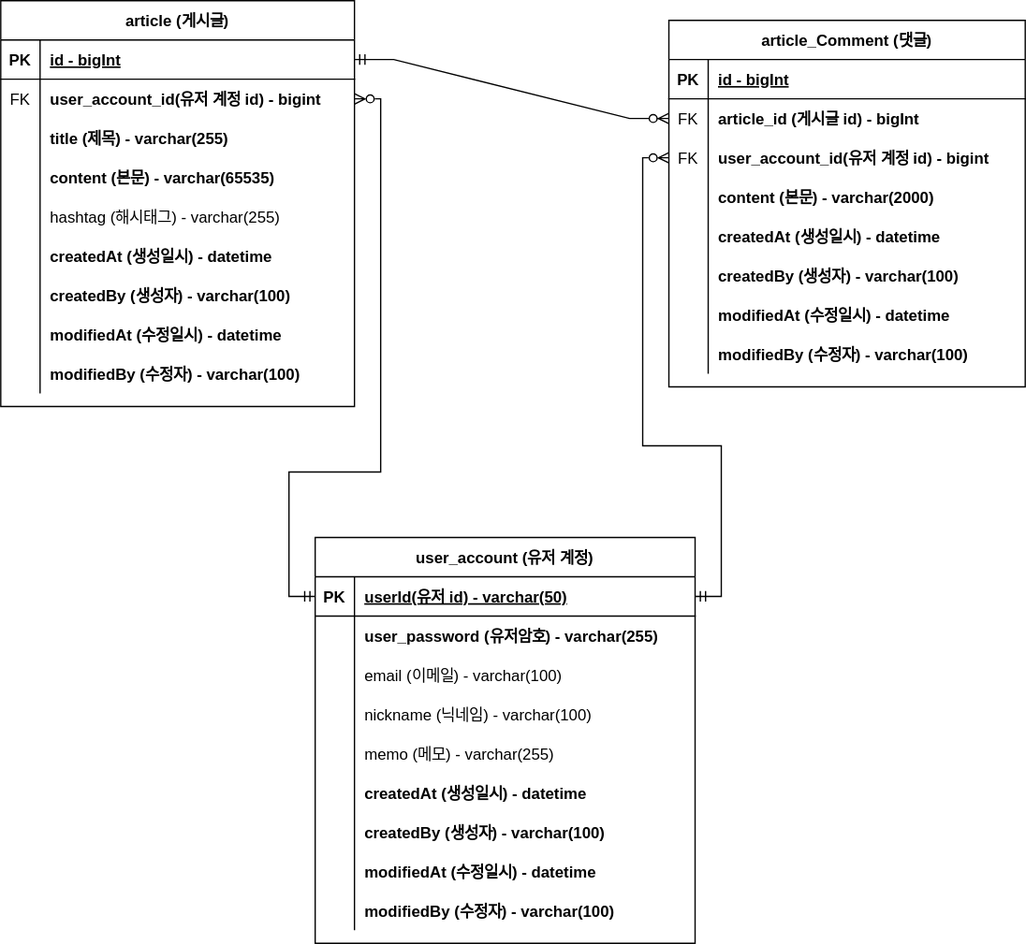
Earlier version of the draw.io export document/project-board-erd.svg (dino-park/study-project-board). Source tidied: cells renumbered, new cells last; positions are measured from the earlier drawing's top-left corner, leaving out a move shared by most shapes.
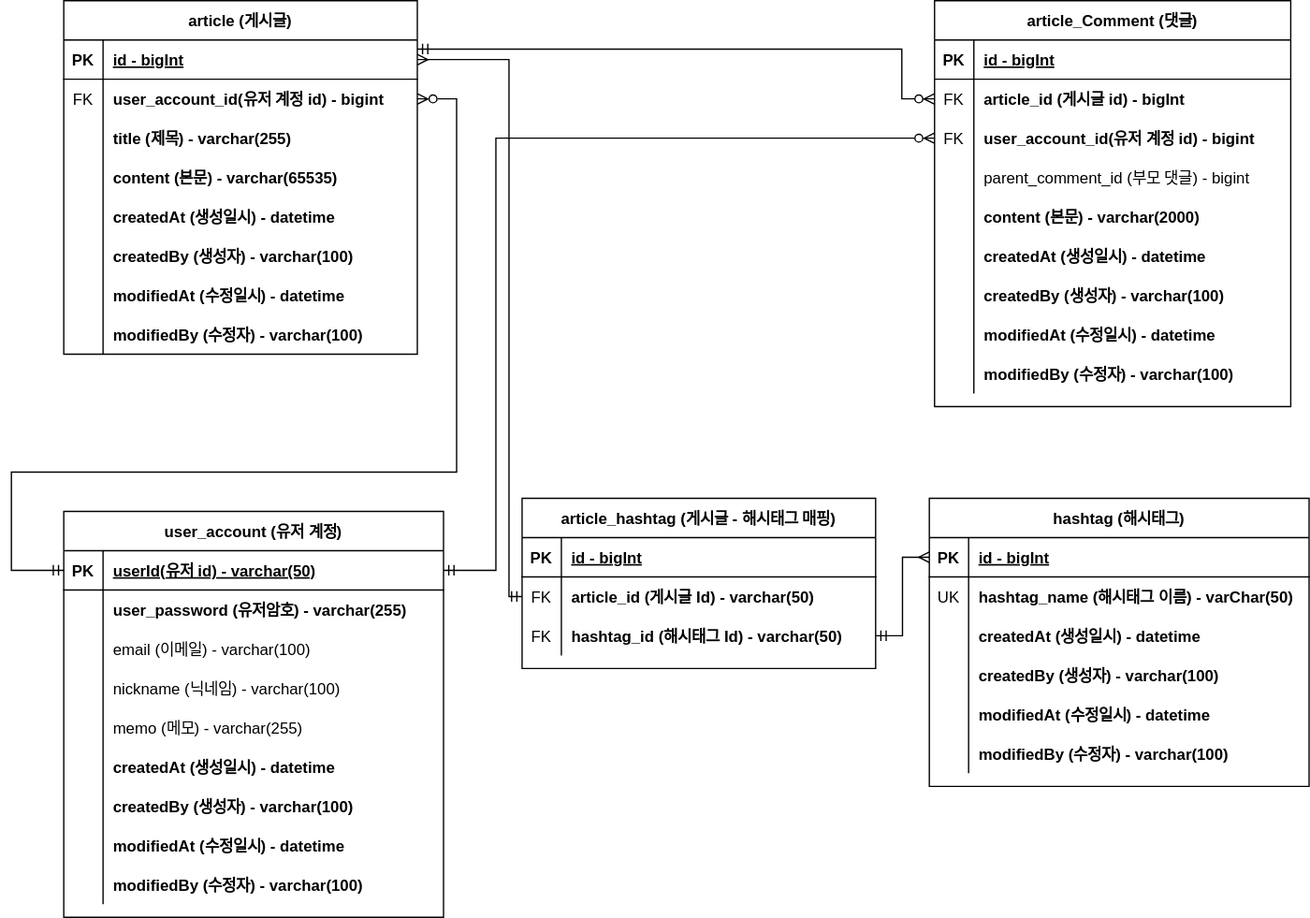
The same file after the commit.

Commit message:
#37 - project-board-erd.svg 업데이트: 대댓글, 해시태그

What changed in the source:
```diff
@@ -3,7 +3,7 @@
     <mxCell id="0" />
     <mxCell id="1" parent="0" />
     <mxCell id="2" value="article (게시글)" style="shape=table;startSize=30;rowLines=0;fontStyle=1;align=center;" parent="1" vertex="1">
-      <mxGeometry width="270" height="310" as="geometry" />
+      <mxGeometry x="30" width="270" height="270" as="geometry" />
     </mxCell>
     <mxCell id="3" style="shape=partialRectangle;fillColor=none;points=[[0,0.5],[1,0.5]];portConstraint=eastwest;top=0;left=0;right=0;bottom=1;" parent="2" vertex="1">
       <mxGeometry y="30" width="270" height="30" as="geometry" />
@@ -41,17 +41,8 @@
     <mxCell id="14" value="content (본문) - varchar(65535)" style="shape=partialRectangle;overflow=hidden;fillColor=none;top=0;left=0;bottom=0;right=0;align=left;spacingLeft=6;fontStyle=1;" parent="12" vertex="1">
       <mxGeometry x="30" width="240" height="30" as="geometry" />
     </mxCell>
-    <mxCell id="15" style="shape=partialRectangle;fillColor=none;top=0;left=0;right=0;bottom=0;" parent="2" vertex="1">
-      <mxGeometry y="150" width="270" height="30" as="geometry" />
-    </mxCell>
-    <mxCell id="16" style="shape=partialRectangle;overflow=hidden;fillColor=none;top=0;left=0;bottom=0;right=0;" parent="15" vertex="1">
-      <mxGeometry width="30" height="30" as="geometry" />
-    </mxCell>
-    <mxCell id="17" value="hashtag (해시태그) - varchar(255)" style="shape=partialRectangle;overflow=hidden;fillColor=none;top=0;left=0;bottom=0;right=0;align=left;spacingLeft=6;" parent="15" vertex="1">
-      <mxGeometry x="30" width="240" height="30" as="geometry" />
-    </mxCell>
     <mxCell id="18" style="shape=partialRectangle;fillColor=none;top=0;left=0;right=0;bottom=0;" parent="2" vertex="1">
-      <mxGeometry y="180" width="270" height="30" as="geometry" />
+      <mxGeometry y="150" width="270" height="30" as="geometry" />
     </mxCell>
     <mxCell id="19" style="shape=partialRectangle;overflow=hidden;fillColor=none;top=0;left=0;bottom=0;right=0;" parent="18" vertex="1">
       <mxGeometry width="30" height="30" as="geometry" />
@@ -60,7 +51,7 @@
       <mxGeometry x="30" width="240" height="30" as="geometry" />
     </mxCell>
     <mxCell id="21" style="shape=partialRectangle;fillColor=none;top=0;left=0;right=0;bottom=0;" parent="2" vertex="1">
-      <mxGeometry y="210" width="270" height="30" as="geometry" />
+      <mxGeometry y="180" width="270" height="30" as="geometry" />
     </mxCell>
     <mxCell id="22" value="                    " style="shape=partialRectangle;overflow=hidden;fillColor=none;top=0;left=0;bottom=0;right=0;" parent="21" vertex="1">
       <mxGeometry width="30" height="30" as="geometry" />
@@ -69,7 +60,7 @@
       <mxGeometry x="30" width="240" height="30" as="geometry" />
     </mxCell>
     <mxCell id="24" style="shape=partialRectangle;fillColor=none;top=0;left=0;right=0;bottom=0;" parent="2" vertex="1">
-      <mxGeometry y="240" width="270" height="30" as="geometry" />
+      <mxGeometry y="210" width="270" height="30" as="geometry" />
     </mxCell>
     <mxCell id="25" value="                    " style="shape=partialRectangle;overflow=hidden;fillColor=none;top=0;left=0;bottom=0;right=0;" parent="24" vertex="1">
       <mxGeometry width="30" height="30" as="geometry" />
@@ -78,7 +69,7 @@
       <mxGeometry x="30" width="240" height="30" as="geometry" />
     </mxCell>
     <mxCell id="27" style="shape=partialRectangle;fillColor=none;top=0;left=0;right=0;bottom=0;" parent="2" vertex="1">
-      <mxGeometry y="270" width="270" height="30" as="geometry" />
+      <mxGeometry y="240" width="270" height="30" as="geometry" />
     </mxCell>
     <mxCell id="28" value="                    " style="shape=partialRectangle;overflow=hidden;fillColor=none;top=0;left=0;bottom=0;right=0;" parent="27" vertex="1">
       <mxGeometry width="30" height="30" as="geometry" />
@@ -87,7 +78,7 @@
       <mxGeometry x="30" width="240" height="30" as="geometry" />
     </mxCell>
     <mxCell id="30" value="article_Comment (댓글)" style="shape=table;startSize=30;rowLines=0;fontStyle=1;align=center;" parent="1" vertex="1">
-      <mxGeometry x="510" y="15" width="272" height="280" as="geometry" />
+      <mxGeometry x="695" width="272" height="310" as="geometry" />
     </mxCell>
     <mxCell id="31" style="shape=partialRectangle;fillColor=none;top=0;left=0;right=0;bottom=1;" parent="30" vertex="1">
       <mxGeometry y="30" width="272" height="30" as="geometry" />
@@ -116,8 +107,17 @@
     <mxCell id="39" value="user_account_id(유저 계정 id) - bigint" style="shape=partialRectangle;overflow=hidden;fillColor=none;top=0;left=0;bottom=0;right=0;align=left;spacingLeft=6;fontStyle=1;" parent="37" vertex="1">
       <mxGeometry x="30" width="242" height="30" as="geometry" />
     </mxCell>
+    <mxCell id="86" style="shape=partialRectangle;fillColor=none;top=0;left=0;right=0;bottom=0;" parent="30" vertex="1">
+      <mxGeometry y="120" width="272" height="30" as="geometry" />
+    </mxCell>
+    <mxCell id="87" style="shape=partialRectangle;overflow=hidden;fillColor=none;top=0;left=0;bottom=0;right=0;" parent="86" vertex="1">
+      <mxGeometry width="30" height="30" as="geometry" />
+    </mxCell>
+    <mxCell id="88" value="parent_comment_id (부모 댓글) - bigint" style="shape=partialRectangle;overflow=hidden;fillColor=none;top=0;left=0;bottom=0;right=0;align=left;spacingLeft=6;fontStyle=0;" parent="86" vertex="1">
+      <mxGeometry x="30" width="242" height="30" as="geometry" />
+    </mxCell>
     <mxCell id="40" style="shape=partialRectangle;fillColor=none;top=0;left=0;right=0;bottom=0;" parent="30" vertex="1">
-      <mxGeometry y="120" width="272" height="30" as="geometry" />
+      <mxGeometry y="150" width="272" height="30" as="geometry" />
     </mxCell>
     <mxCell id="41" style="shape=partialRectangle;overflow=hidden;fillColor=none;top=0;left=0;bottom=0;right=0;" parent="40" vertex="1">
       <mxGeometry width="30" height="30" as="geometry" />
@@ -126,7 +126,7 @@
       <mxGeometry x="30" width="242" height="30" as="geometry" />
     </mxCell>
     <mxCell id="43" style="shape=partialRectangle;fillColor=none;top=0;left=0;right=0;bottom=0;" parent="30" vertex="1">
-      <mxGeometry y="150" width="272" height="30" as="geometry" />
+      <mxGeometry y="180" width="272" height="30" as="geometry" />
     </mxCell>
     <mxCell id="44" style="shape=partialRectangle;overflow=hidden;fillColor=none;top=0;left=0;bottom=0;right=0;" parent="43" vertex="1">
       <mxGeometry width="30" height="30" as="geometry" />
@@ -135,7 +135,7 @@
       <mxGeometry x="30" width="242" height="30" as="geometry" />
     </mxCell>
     <mxCell id="46" style="shape=partialRectangle;fillColor=none;top=0;left=0;right=0;bottom=0;" parent="30" vertex="1">
-      <mxGeometry y="180" width="272" height="30" as="geometry" />
+      <mxGeometry y="210" width="272" height="30" as="geometry" />
     </mxCell>
     <mxCell id="47" value="                    " style="shape=partialRectangle;overflow=hidden;fillColor=none;top=0;left=0;bottom=0;right=0;" parent="46" vertex="1">
       <mxGeometry width="30" height="30" as="geometry" />
@@ -144,7 +144,7 @@
       <mxGeometry x="30" width="242" height="30" as="geometry" />
     </mxCell>
     <mxCell id="49" style="shape=partialRectangle;fillColor=none;top=0;left=0;right=0;bottom=0;" parent="30" vertex="1">
-      <mxGeometry y="210" width="272" height="30" as="geometry" />
+      <mxGeometry y="240" width="272" height="30" as="geometry" />
     </mxCell>
     <mxCell id="50" value="                    " style="shape=partialRectangle;overflow=hidden;fillColor=none;top=0;left=0;bottom=0;right=0;" parent="49" vertex="1">
       <mxGeometry width="30" height="30" as="geometry" />
@@ -153,7 +153,7 @@
       <mxGeometry x="30" width="242" height="30" as="geometry" />
     </mxCell>
     <mxCell id="52" style="shape=partialRectangle;fillColor=none;top=0;left=0;right=0;bottom=0;" parent="30" vertex="1">
-      <mxGeometry y="240" width="272" height="30" as="geometry" />
+      <mxGeometry y="270" width="272" height="30" as="geometry" />
     </mxCell>
     <mxCell id="53" value="                    " style="shape=partialRectangle;overflow=hidden;fillColor=none;top=0;left=0;bottom=0;right=0;" parent="52" vertex="1">
       <mxGeometry width="30" height="30" as="geometry" />
@@ -161,11 +161,16 @@
     <mxCell id="54" value="modifiedBy (수정자) - varchar(100)" style="shape=partialRectangle;overflow=hidden;fillColor=none;top=0;left=0;bottom=0;right=0;align=left;spacingLeft=6;fontStyle=1;" parent="52" vertex="1">
       <mxGeometry x="30" width="242" height="30" as="geometry" />
     </mxCell>
-    <mxCell id="55" style="edgeStyle=entityRelationEdgeStyle;fontSize=12;html=1;endArrow=ERzeroToMany;startArrow=ERmandOne;rounded=0;exitX=1;exitY=0.5;exitDx=0;exitDy=0;entryX=0;entryY=0.5;entryDx=0;entryDy=0;" parent="1" edge="1" source="3" target="34">
-      <mxGeometry relative="1" as="geometry" />
+    <mxCell id="55" style="edgeStyle=orthogonalEdgeStyle;fontSize=12;html=1;endArrow=ERzeroToMany;startArrow=ERmandOne;rounded=0;entryX=0;entryY=0.5;entryDx=0;entryDy=0;exitX=1;exitY=0.233;exitDx=0;exitDy=0;exitPerimeter=0;" parent="1" edge="1" source="3" target="34">
+      <mxGeometry relative="1" as="geometry">
+        <Array as="points">
+          <mxPoint x="670" y="37" />
+          <mxPoint x="670" y="75" />
+        </Array>
+      </mxGeometry>
     </mxCell>
     <mxCell id="56" value="user_account (유저 계정)" style="shape=table;startSize=30;rowLines=0;fontStyle=1;align=center;" parent="1" vertex="1">
-      <mxGeometry x="240" y="410" width="290" height="310" as="geometry" />
+      <mxGeometry x="30" y="390" width="290" height="310" as="geometry" />
     </mxCell>
     <mxCell id="57" style="shape=partialRectangle;fillColor=none;points=[[0,0.5],[1,0.5]];portConstraint=eastwest;top=0;left=0;right=0;bottom=1;" parent="56" vertex="1">
       <mxGeometry y="30" width="290" height="30" as="geometry" />
@@ -251,22 +256,118 @@
     <mxCell id="84" style="edgeStyle=orthogonalEdgeStyle;rounded=0;jettySize=auto;html=1;exitX=1;exitY=0.5;exitDx=0;exitDy=0;entryX=0;entryY=0.5;entryDx=0;entryDy=0;startArrow=ERzeroToMany;startFill=0;endArrow=ERmandOne;endFill=0;" parent="1" edge="1" source="6" target="57">
       <mxGeometry relative="1" as="geometry">
         <Array as="points">
-          <mxPoint x="290" y="75" />
-          <mxPoint x="290" y="360" />
-          <mxPoint x="220" y="360" />
-          <mxPoint x="220" y="455" />
+          <mxPoint x="330" y="75" />
+          <mxPoint x="330" y="360" />
+          <mxPoint x="-10" y="360" />
+          <mxPoint x="-10" y="435" />
         </Array>
       </mxGeometry>
     </mxCell>
     <mxCell id="85" style="edgeStyle=orthogonalEdgeStyle;rounded=0;jettySize=auto;html=1;exitX=0;exitY=0.5;exitDx=0;exitDy=0;entryX=1;entryY=0.5;entryDx=0;entryDy=0;startArrow=ERzeroToMany;startFill=0;endArrow=ERmandOne;endFill=0;" parent="1" edge="1" source="37" target="57">
       <mxGeometry relative="1" as="geometry">
         <Array as="points">
-          <mxPoint x="490" y="120" />
-          <mxPoint x="490" y="340" />
-          <mxPoint x="550" y="340" />
-          <mxPoint x="550" y="455" />
+          <mxPoint x="360" y="105" />
+          <mxPoint x="360" y="435" />
         </Array>
       </mxGeometry>
     </mxCell>
+    <mxCell id="89" value="hashtag (해시태그)" style="shape=table;startSize=30;rowLines=0;fontStyle=1;align=center;" parent="1" vertex="1">
+      <mxGeometry x="691" y="380" width="290" height="220" as="geometry" />
+    </mxCell>
+    <mxCell id="90" style="shape=partialRectangle;fillColor=none;points=[[0,0.5],[1,0.5]];portConstraint=eastwest;top=0;left=0;right=0;bottom=1;" parent="89" vertex="1">
+      <mxGeometry y="30" width="290" height="30" as="geometry" />
+    </mxCell>
+    <mxCell id="91" value="PK" style="shape=partialRectangle;overflow=hidden;fillColor=none;top=0;left=0;bottom=0;right=0;fontStyle=1;" parent="90" vertex="1">
+      <mxGeometry width="30" height="30" as="geometry" />
+    </mxCell>
+    <mxCell id="92" value="id - bigInt" style="shape=partialRectangle;overflow=hidden;fillColor=none;top=0;left=0;bottom=0;right=0;align=left;spacingLeft=6;fontStyle=5;" parent="90" vertex="1">
+      <mxGeometry x="30" width="260" height="30" as="geometry" />
+    </mxCell>
+    <mxCell id="93" style="shape=partialRectangle;fillColor=none;top=0;left=0;right=0;bottom=0;" parent="89" vertex="1">
+      <mxGeometry y="60" width="290" height="30" as="geometry" />
+    </mxCell>
+    <mxCell id="94" value="UK" style="shape=partialRectangle;overflow=hidden;fillColor=none;top=0;left=0;bottom=0;right=0;" parent="93" vertex="1">
+      <mxGeometry width="30" height="30" as="geometry" />
+    </mxCell>
+    <mxCell id="95" value="hashtag_name (해시태그 이름) - varChar(50)" style="shape=partialRectangle;overflow=hidden;fillColor=none;top=0;left=0;bottom=0;right=0;align=left;spacingLeft=6;fontStyle=1;" parent="93" vertex="1">
+      <mxGeometry x="30" width="260" height="30" as="geometry" />
+    </mxCell>
+    <mxCell id="96" style="shape=partialRectangle;fillColor=none;top=0;left=0;right=0;bottom=0;" parent="89" vertex="1">
+      <mxGeometry y="90" width="290" height="30" as="geometry" />
+    </mxCell>
+    <mxCell id="97" style="shape=partialRectangle;overflow=hidden;fillColor=none;top=0;left=0;bottom=0;right=0;" parent="96" vertex="1">
+      <mxGeometry width="30" height="30" as="geometry" />
+    </mxCell>
+    <mxCell id="98" value="createdAt (생성일시) - datetime" style="shape=partialRectangle;overflow=hidden;fillColor=none;top=0;left=0;bottom=0;right=0;align=left;spacingLeft=6;fontStyle=1;" parent="96" vertex="1">
+      <mxGeometry x="30" width="260" height="30" as="geometry" />
+    </mxCell>
+    <mxCell id="99" style="shape=partialRectangle;fillColor=none;top=0;left=0;right=0;bottom=0;" parent="89" vertex="1">
+      <mxGeometry y="120" width="290" height="30" as="geometry" />
+    </mxCell>
+    <mxCell id="100" style="shape=partialRectangle;overflow=hidden;fillColor=none;top=0;left=0;bottom=0;right=0;" parent="99" vertex="1">
+      <mxGeometry width="30" height="30" as="geometry" />
+    </mxCell>
+    <mxCell id="101" value="createdBy (생성자) - varchar(100)" style="shape=partialRectangle;overflow=hidden;fillColor=none;top=0;left=0;bottom=0;right=0;align=left;spacingLeft=6;fontStyle=1;" parent="99" vertex="1">
+      <mxGeometry x="30" width="260" height="30" as="geometry" />
+    </mxCell>
+    <mxCell id="102" style="shape=partialRectangle;fillColor=none;top=0;left=0;right=0;bottom=0;" parent="89" vertex="1">
+      <mxGeometry y="150" width="290" height="30" as="geometry" />
+    </mxCell>
+    <mxCell id="103" style="shape=partialRectangle;overflow=hidden;fillColor=none;top=0;left=0;bottom=0;right=0;" parent="102" vertex="1">
+      <mxGeometry width="30" height="30" as="geometry" />
+    </mxCell>
+    <mxCell id="104" value="modifiedAt (수정일시) - datetime" style="shape=partialRectangle;overflow=hidden;fillColor=none;top=0;left=0;bottom=0;right=0;align=left;spacingLeft=6;fontStyle=1;" parent="102" vertex="1">
+      <mxGeometry x="30" width="260" height="30" as="geometry" />
+    </mxCell>
+    <mxCell id="105" style="shape=partialRectangle;fillColor=none;top=0;left=0;right=0;bottom=0;" parent="89" vertex="1">
+      <mxGeometry y="180" width="290" height="30" as="geometry" />
+    </mxCell>
+    <mxCell id="106" style="shape=partialRectangle;overflow=hidden;fillColor=none;top=0;left=0;bottom=0;right=0;" parent="105" vertex="1">
+      <mxGeometry width="30" height="30" as="geometry" />
+    </mxCell>
+    <mxCell id="107" value="modifiedBy (수정자) - varchar(100)" style="shape=partialRectangle;overflow=hidden;fillColor=none;top=0;left=0;bottom=0;right=0;align=left;spacingLeft=6;fontStyle=1;" parent="105" vertex="1">
+      <mxGeometry x="30" width="260" height="30" as="geometry" />
+    </mxCell>
+    <mxCell id="108" value="article_hashtag (게시글 - 해시태그 매핑)" style="shape=table;startSize=30;rowLines=0;fontStyle=1;align=center;" parent="1" vertex="1">
+      <mxGeometry x="380" y="380" width="270" height="130" as="geometry" />
+    </mxCell>
+    <mxCell id="109" style="shape=partialRectangle;fillColor=none;top=0;left=0;right=0;bottom=1;" parent="108" vertex="1">
+      <mxGeometry y="30" width="270" height="30" as="geometry" />
+    </mxCell>
+    <mxCell id="110" value="PK" style="shape=partialRectangle;overflow=hidden;fillColor=none;top=0;left=0;bottom=0;right=0;fontStyle=1;" parent="109" vertex="1">
+      <mxGeometry width="30" height="30" as="geometry" />
+    </mxCell>
+    <mxCell id="111" value="id - bigInt" style="shape=partialRectangle;overflow=hidden;fillColor=none;top=0;left=0;bottom=0;right=0;align=left;spacingLeft=6;fontStyle=5;" parent="109" vertex="1">
+      <mxGeometry x="30" width="240" height="30" as="geometry" />
+    </mxCell>
+    <mxCell id="112" style="shape=partialRectangle;fillColor=none;points=[[0,0.5],[1,0.5]];portConstraint=eastwest;top=0;left=0;right=0;bottom=0;" parent="108" vertex="1">
+      <mxGeometry y="60" width="270" height="30" as="geometry" />
+    </mxCell>
+    <mxCell id="113" value="FK" style="shape=partialRectangle;overflow=hidden;fillColor=none;top=0;left=0;bottom=0;right=0;" parent="112" vertex="1">
+      <mxGeometry width="30" height="30" as="geometry" />
+    </mxCell>
+    <mxCell id="114" value="article_id (게시글 Id) - varchar(50)" style="shape=partialRectangle;overflow=hidden;fillColor=none;top=0;left=0;bottom=0;right=0;align=left;spacingLeft=6;fontStyle=1;" parent="112" vertex="1">
+      <mxGeometry x="30" width="240" height="30" as="geometry" />
+    </mxCell>
+    <mxCell id="115" style="shape=partialRectangle;fillColor=none;points=[[0,0.5],[1,0.5]];portConstraint=eastwest;top=0;left=0;right=0;bottom=0;" parent="108" vertex="1">
+      <mxGeometry y="90" width="270" height="30" as="geometry" />
+    </mxCell>
+    <mxCell id="116" value="FK" style="shape=partialRectangle;overflow=hidden;fillColor=none;top=0;left=0;bottom=0;right=0;" parent="115" vertex="1">
+      <mxGeometry width="30" height="30" as="geometry" />
+    </mxCell>
+    <mxCell id="117" value="hashtag_id (해시태그 Id) - varchar(50)" style="shape=partialRectangle;overflow=hidden;fillColor=none;top=0;left=0;bottom=0;right=0;align=left;spacingLeft=6;fontStyle=1;" parent="115" vertex="1">
+      <mxGeometry x="30" width="240" height="30" as="geometry" />
+    </mxCell>
+    <mxCell id="118" style="edgeStyle=orthogonalEdgeStyle;rounded=0;jettySize=auto;html=1;exitX=1;exitY=0.5;exitDx=0;exitDy=0;entryX=0;entryY=0.5;entryDx=0;entryDy=0;startArrow=ERmany;startFill=0;endArrow=ERmandOne;endFill=0;" parent="1" edge="1" source="3" target="112">
+      <mxGeometry relative="1" as="geometry">
+        <Array as="points">
+          <mxPoint x="370" y="45" />
+          <mxPoint x="370" y="455" />
+        </Array>
+      </mxGeometry>
+    </mxCell>
+    <mxCell id="119" style="edgeStyle=orthogonalEdgeStyle;rounded=0;jettySize=auto;html=1;exitX=1;exitY=0.5;exitDx=0;exitDy=0;entryX=0;entryY=0.5;entryDx=0;entryDy=0;startArrow=ERmandOne;startFill=0;endArrow=ERmany;endFill=0;" parent="1" edge="1" source="115" target="90">
+      <mxGeometry relative="1" as="geometry" />
+    </mxCell>
   </root>
 </mxGraphModel>
```
